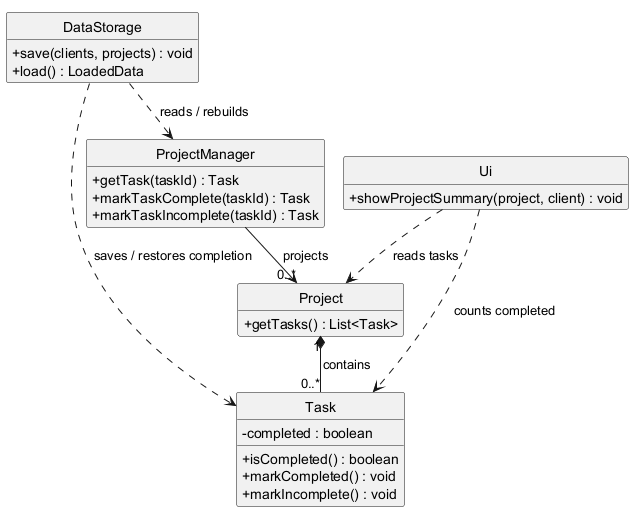
The PlantUML diagram docs/images/TaskCompletionClassDiagram.png in AY2627S1-CS2113-T10-3/tp, before a commit. Source of this version:
```plantuml
@startuml
!pragma layout smetana
skinparam classAttributeIconSize 0
hide circle
hide empty members

class ProjectManager {
  +getTask(taskId) : Task
  +markTaskComplete(taskId) : Task
  +markTaskIncomplete(taskId) : Task
}

class Project {
  +getTasks() : List<Task>
}

class Task {
  -completed : boolean
  +isCompleted() : boolean
  +markCompleted() : void
  +markIncomplete() : void
}

class DataStorage {
  +save(clients, projects) : void
  +load() : LoadedData
}

class Ui {
  +showProjectSummary(project, client) : void
}

ProjectManager --> "0..*" Project : projects
Project "1" *-- "0..*" Task : contains
DataStorage .down.> ProjectManager : reads / rebuilds
DataStorage ..> Task : saves / restores completion
Ui ..> Project : reads tasks
Ui ..> Task : counts completed

@enduml
```
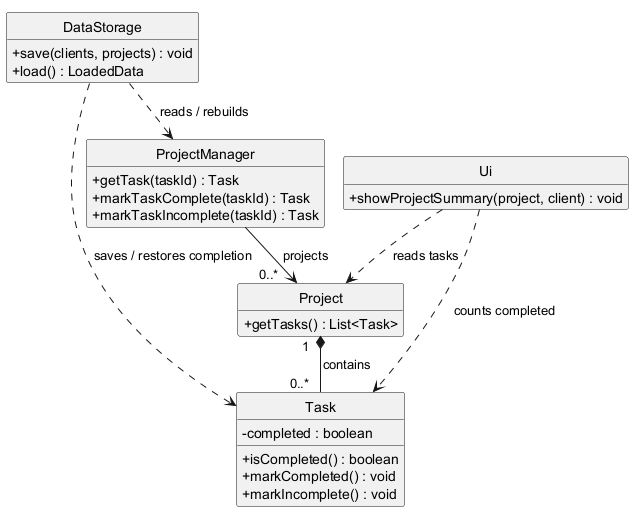
Later version of the same file.

Commit message:
docs: clarify task names and multiplicities in UML diagrams

The edit, as a diff of the source:
```diff
@@ -1,6 +1,8 @@
 @startuml
 !pragma layout smetana
 skinparam classAttributeIconSize 0
+skinparam nodesep 65
+skinparam ranksep 65
 hide circle
 hide empty members
 
@@ -30,8 +32,8 @@
   +showProjectSummary(project, client) : void
 }
 
-ProjectManager --> "0..*" Project : projects
-Project "1" *-- "0..*" Task : contains
+ProjectManager -down-> "0..*     " Project : projects
+Project "1   " *-down- "0..*   " Task : contains
 DataStorage .down.> ProjectManager : reads / rebuilds
 DataStorage ..> Task : saves / restores completion
 Ui ..> Project : reads tasks
```
